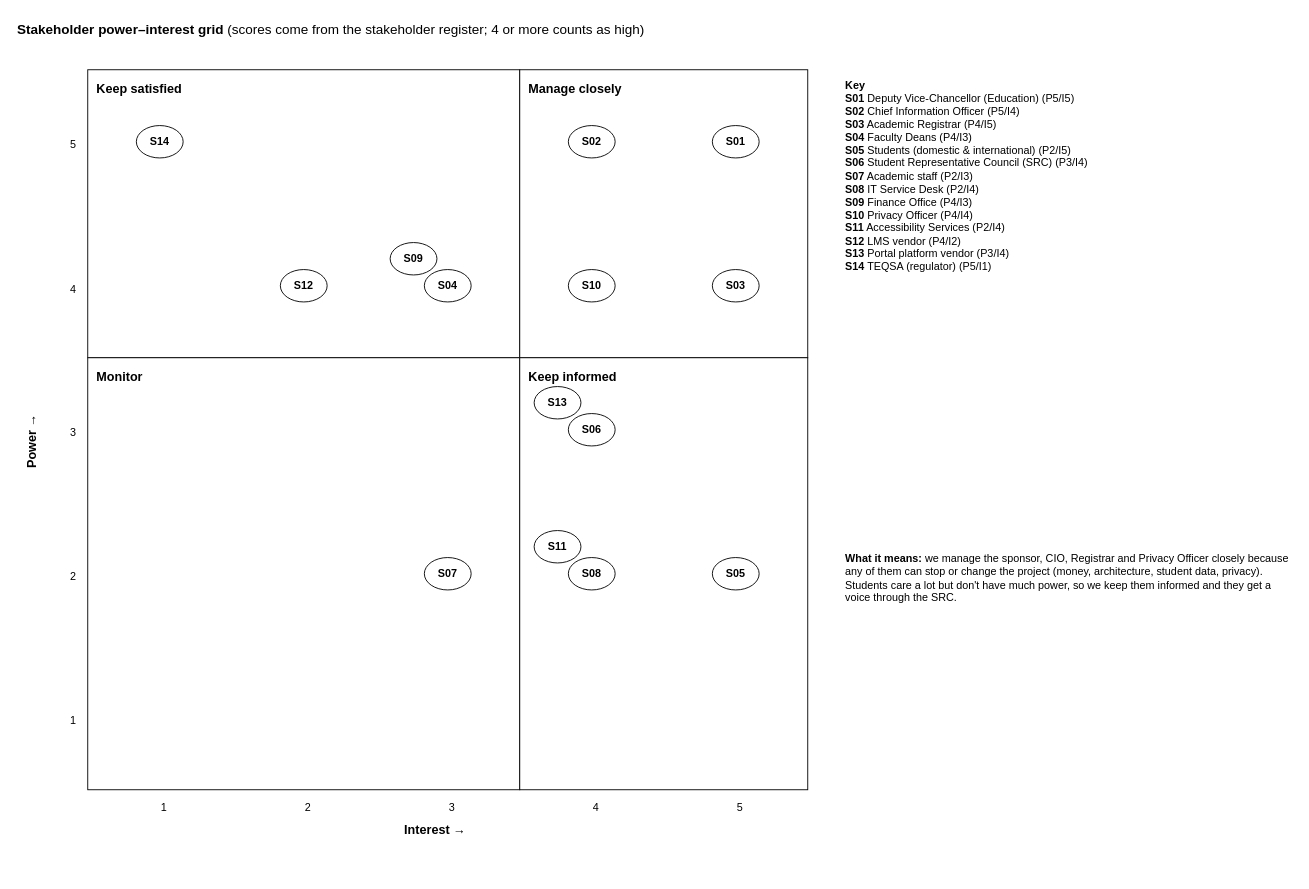
Before: downloads/diagrams/D02_power_interest.drawio in alvi00/bisy2004-a2-groupXX, a draw.io diagram. Source tidied: cells renumbered, new cells numbered last; positions are measured from the earlier drawing's top-left corner, leaving out a move shared by most shapes. Both pictures are drawn from the tidied source at 90%, with x=0, y=0 at pixel (-12, 15).
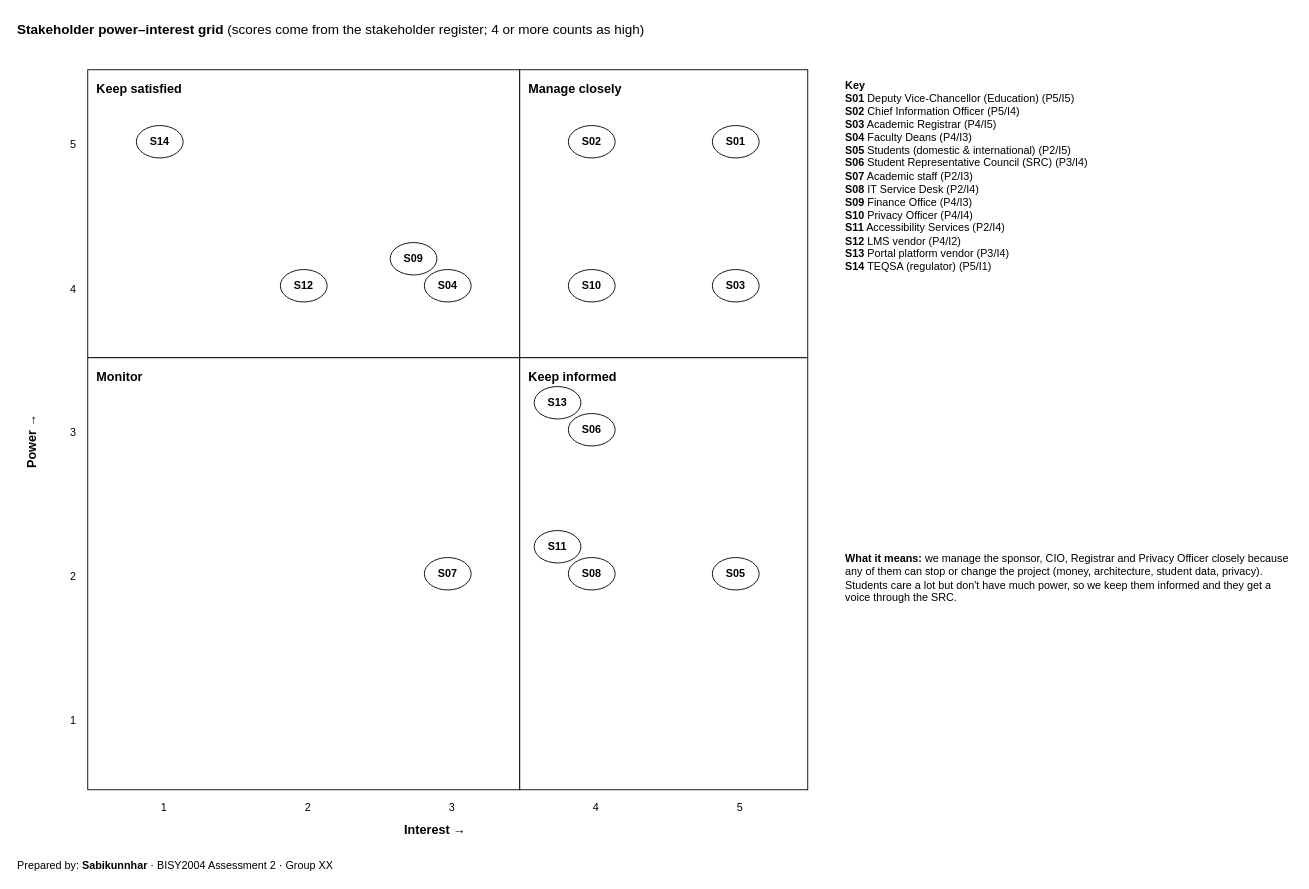
The same diagram, later.

Change to the diagram source:
```diff
@@
+    <mxCell id="39" value="Prepared by: &lt;b&gt;Sabikunnhar&lt;/b&gt; · BISY2004 Assessment 2 · Group XX" style="rounded=1;whiteSpace=wrap;html=1;arcSize=8;fontFamily=Helvetica;fontSize=12;fontColor=#000000;strokeColor=#000000;text;strokeColor=none;fillColor=none;align=left;verticalAlign=top;fontSize=12;" parent="1" vertex="1">
+      <mxGeometry x="30" y="930" width="900" height="24" as="geometry" />
+    </mxCell>
```
